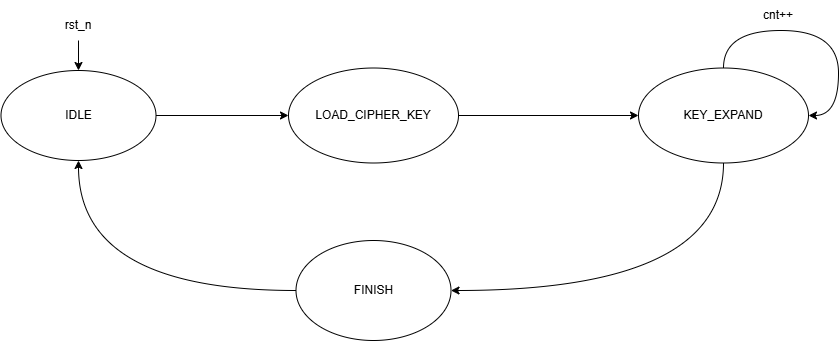
LQLManZz/AES128-Verilog keeps this draw.io diagram as media/AESKeyExpansion-CU_FSM.png. Above is the earlier version. Source tidied: cells renumbered, new cells last; positions are measured from the earlier drawing's top-left corner, leaving out a move shared by most shapes.
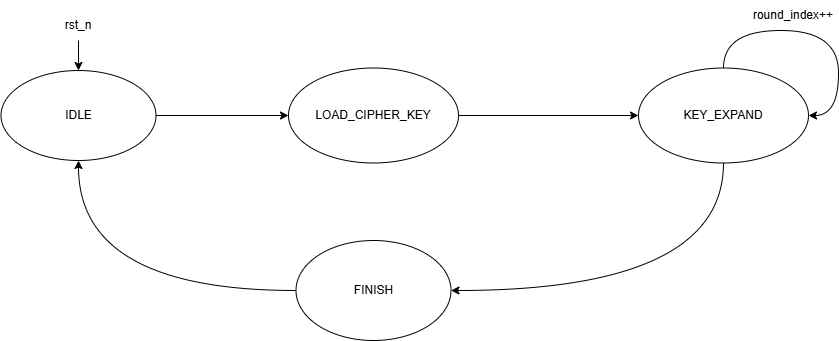
After the commit.

The edit, as a diff of the source:
```diff
@@ -32,8 +32,8 @@
     <mxCell id="11" value="FINISH" style="ellipse;whiteSpace=wrap;html=1;" parent="1" vertex="1">
       <mxGeometry x="295.5" y="240" width="155" height="100" as="geometry" />
     </mxCell>
-    <mxCell id="12" value="cnt++" style="text;html=1;whiteSpace=wrap;strokeColor=none;fillColor=none;align=center;verticalAlign=middle;rounded=0;" parent="1" vertex="1">
-      <mxGeometry x="748" width="60" height="30" as="geometry" />
+    <mxCell id="12" value="round_index++" style="text;html=1;whiteSpace=wrap;strokeColor=none;fillColor=none;align=center;verticalAlign=middle;rounded=0;" parent="1" vertex="1">
+      <mxGeometry x="748" width="90" height="30" as="geometry" />
     </mxCell>
     <mxCell id="13" style="edgeStyle=orthogonalEdgeStyle;rounded=0;orthogonalLoop=1;jettySize=auto;html=1;exitX=0.5;exitY=0;exitDx=0;exitDy=0;entryX=1;entryY=0.5;entryDx=0;entryDy=0;curved=1;" parent="1" edge="1" source="9" target="9">
       <mxGeometry relative="1" as="geometry">
```
